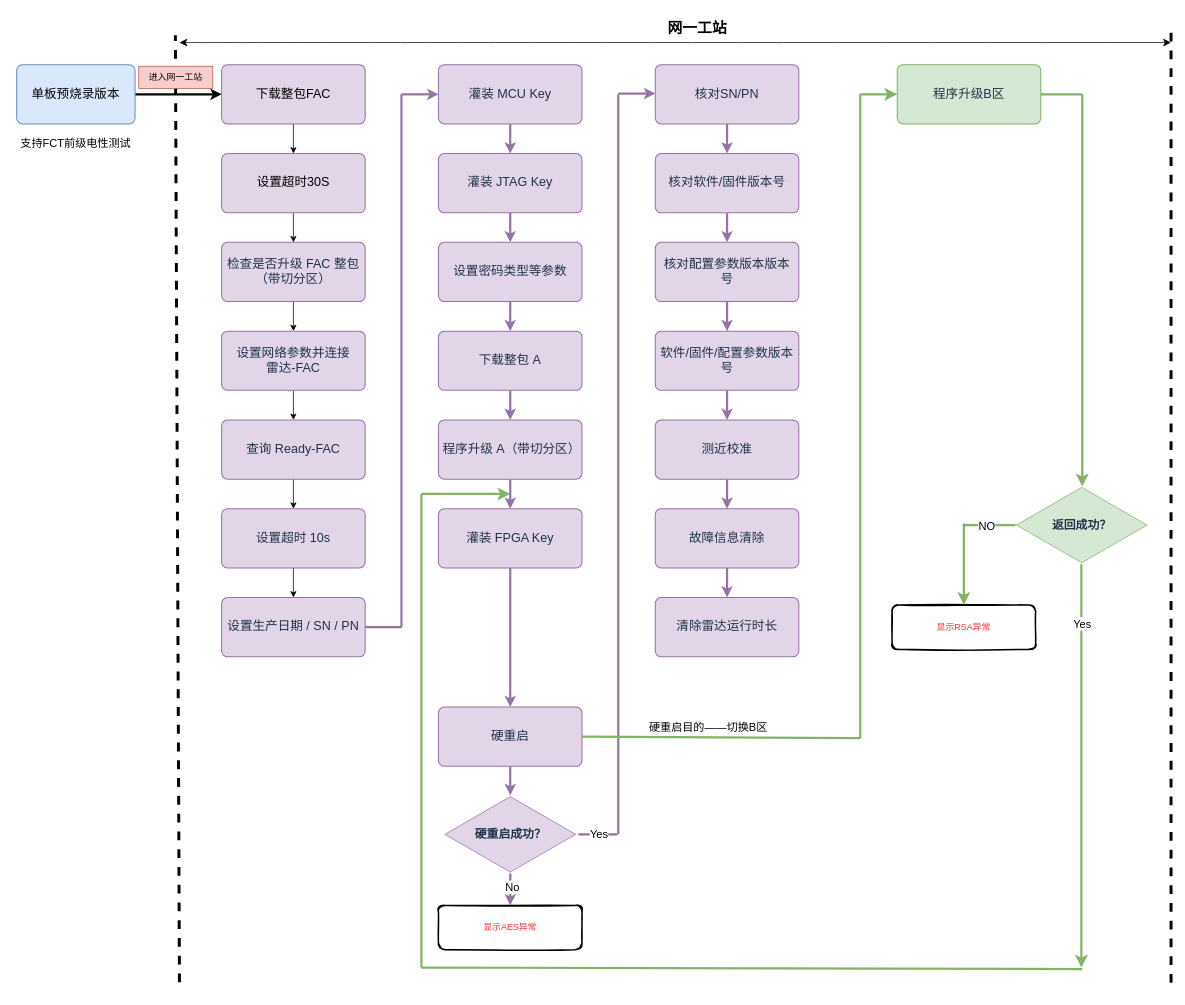
Before: A11-变砖流程.drawio in shenwangchong/learngit, a draw.io diagram. Source tidied: cells renumbered, new cells numbered last; positions are measured from the earlier drawing's top-left corner, leaving out a move shared by most shapes. Both pictures are drawn from the tidied source at 74%, with x=0, y=0 at pixel (13, 13).
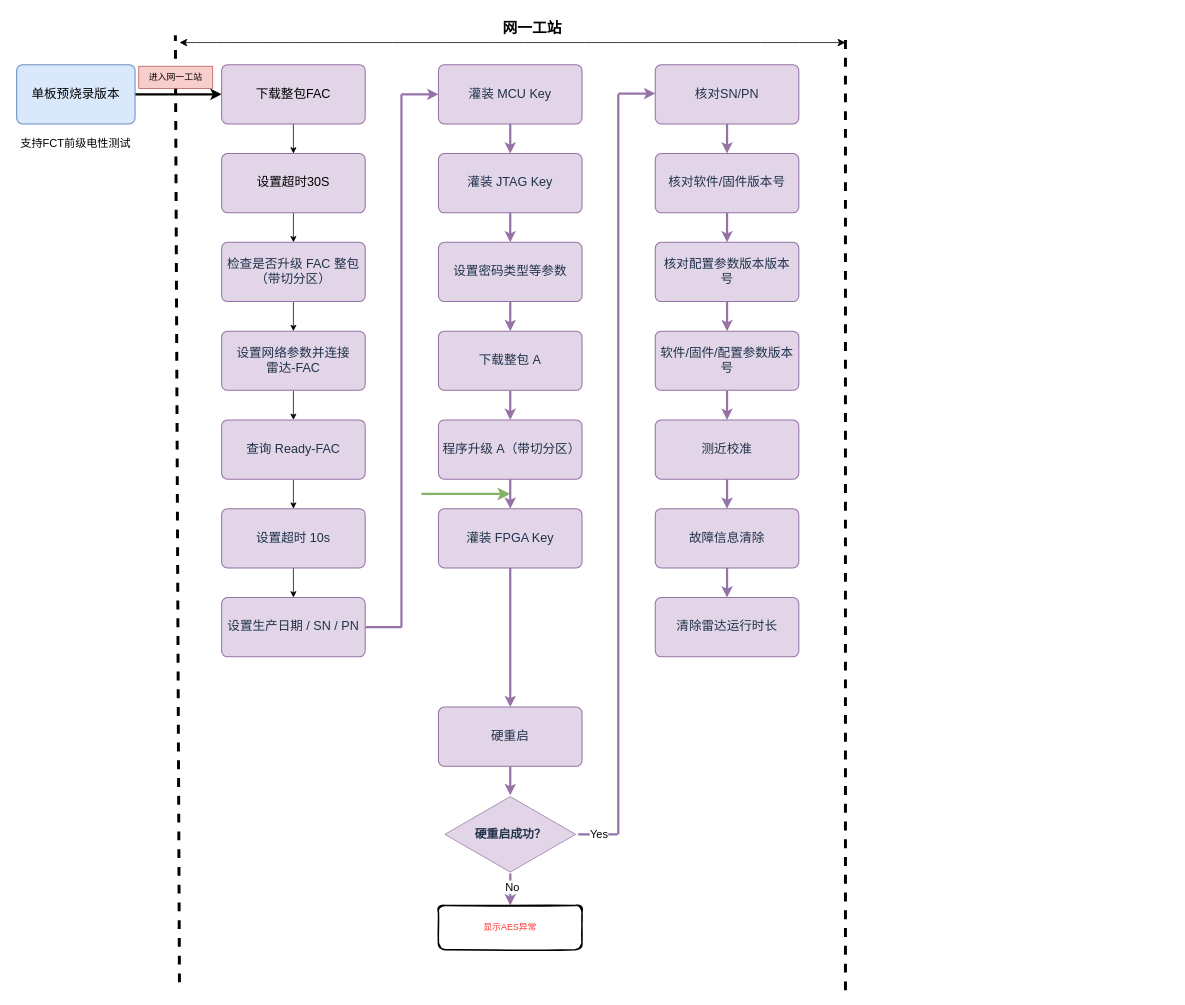
After the change.

Commit message:
更新A11-变砖流程.drawio

Unchanged cells that the change refers to:
```xml
<mxCell id="39" value="&lt;span style=&quot;color: rgb(32, 50, 74);&quot;&gt;硬重启&lt;/span&gt;" style="rounded=1;whiteSpace=wrap;html=1;arcSize=10;fillColor=#e1d5e7;strokeColor=#9673a6;strokeWidth=1.4;fontFamily=Microsoft YaHei;fontSize=17;align=center;verticalAlign=middle;spacing=7;" parent="1" vertex="1">
  <mxGeometry x="575" y="938" width="194" height="80" as="geometry" />
</mxCell>
```

Change to the diagram source:
```diff
@@
     <mxCell id="58" style="endArrow=none;dashed=1;html=1;rounded=0;defaultLabelBackgroundColor=page;strokeWidth=4;" parent="1" edge="1">
       <mxGeometry relative="1" as="geometry">
-        <mxPoint x="1565" y="1310.7" as="sourcePoint" />
-        <mxPoint x="1565" y="20" as="targetPoint" />
+        <mxPoint x="1125" y="1320.7" as="sourcePoint" />
+        <mxPoint x="1125" y="30" as="targetPoint" />
       </mxGeometry>
     </mxCell>
-    <mxCell id="59" value="&lt;font color=&quot;#20324a&quot;&gt;程序升级B区&lt;/font&gt;" style="rounded=1;whiteSpace=wrap;html=1;arcSize=10;fillColor=#d5e8d4;strokeColor=#82b366;strokeWidth=1.4;fontFamily=Microsoft YaHei;fontSize=17;align=center;verticalAlign=middle;spacing=7;" parent="1" vertex="1">
-      <mxGeometry x="1195" y="70" width="194" height="80" as="geometry" />
-    </mxCell>
-    <mxCell id="60" style="endArrow=none;html=1;rounded=0;fontSize=12;defaultLabelBackgroundColor=page;startSize=8;endSize=8;curved=1;exitX=1;exitY=0.5;exitDx=0;exitDy=0;fillColor=#d5e8d4;strokeColor=#82b366;strokeWidth=3;" parent="1" edge="1" source="39">
-      <mxGeometry relative="1" as="geometry">
-        <mxPoint x="1145" y="980" as="targetPoint" />
-      </mxGeometry>
-    </mxCell>
-    <mxCell id="61" style="endArrow=none;html=1;rounded=0;fontSize=12;defaultLabelBackgroundColor=page;startSize=8;endSize=8;curved=1;fillColor=#d5e8d4;strokeColor=#82b366;strokeWidth=3;" parent="1" edge="1">
-      <mxGeometry relative="1" as="geometry">
-        <mxPoint x="1145" y="980" as="sourcePoint" />
-        <mxPoint x="1145" y="110" as="targetPoint" />
-      </mxGeometry>
-    </mxCell>
-    <mxCell id="62" style="endArrow=classic;html=1;rounded=0;fontSize=12;defaultLabelBackgroundColor=page;startSize=8;endSize=8;curved=1;fillColor=#d5e8d4;strokeColor=#82b366;strokeWidth=3;" parent="1" edge="1" target="59">
-      <mxGeometry relative="1" as="geometry">
-        <mxPoint x="1145" y="110" as="sourcePoint" />
-      </mxGeometry>
-    </mxCell>
-    <mxCell id="63" value="&lt;font style=&quot;font-size: 15px;&quot;&gt;硬重启目的——切换B区&lt;/font&gt;" style="text;html=1;whiteSpace=wrap;strokeColor=none;fillColor=none;align=center;verticalAlign=middle;rounded=0;" parent="1" vertex="1">
-      <mxGeometry x="850" y="950" width="180" height="30" as="geometry" />
-    </mxCell>
@@
-    <mxCell id="65" style="endArrow=none;html=1;rounded=0;defaultLabelBackgroundColor=page;fillColor=#d5e8d4;strokeColor=#82b366;strokeWidth=3;" parent="1" edge="1">
-      <mxGeometry relative="1" as="geometry">
-        <mxPoint x="552" y="650" as="sourcePoint" />
-        <mxPoint x="552" y="1290" as="targetPoint" />
-      </mxGeometry>
-    </mxCell>
-    <mxCell id="66" style="endArrow=none;html=1;rounded=0;fontSize=12;defaultLabelBackgroundColor=page;startSize=8;endSize=8;curved=1;exitX=1;exitY=0.5;exitDx=0;exitDy=0;fillColor=#d5e8d4;strokeColor=#82b366;strokeWidth=3;" parent="1" edge="1">
-      <mxGeometry relative="1" as="geometry">
-        <mxPoint x="552" y="1290" as="sourcePoint" />
-        <mxPoint x="1445" y="1292" as="targetPoint" />
-      </mxGeometry>
-    </mxCell>
     <mxCell id="67" style="endArrow=classic;startArrow=classic;html=1;rounded=0;fontSize=12;defaultLabelBackgroundColor=page;startSize=8;endSize=8;curved=1;" parent="1" edge="1">
       <mxGeometry relative="1" as="geometry">
         <mxPoint x="225" y="40" as="sourcePoint" />
-        <mxPoint x="1565" y="40" as="targetPoint" />
+        <mxPoint x="1125" y="40" as="targetPoint" />
       </mxGeometry>
     </mxCell>
     <mxCell id="68" value="&lt;font style=&quot;font-size: 20px;&quot;&gt;&lt;b&gt;网一工站&lt;/b&gt;&lt;/font&gt;" style="text;html=1;whiteSpace=wrap;strokeColor=none;fillColor=none;align=center;verticalAlign=middle;rounded=0;strokeWidth=5;" parent="1" vertex="1">
-      <mxGeometry x="875" width="100" height="40" as="geometry" />
+      <mxGeometry x="652" width="100" height="40" as="geometry" />
     </mxCell>
-    <mxCell id="69" value="&lt;span style=&quot;color: rgb(32, 50, 74); font-family: &amp;quot;Microsoft YaHei&amp;quot;; font-size: 16px; font-weight: 700;&quot;&gt;返回成功？&lt;/span&gt;" style="html=1;whiteSpace=wrap;shape=isoRectangle;fillColor=#d5e8d4;strokeColor=#82b366;" parent="1" vertex="1">
-      <mxGeometry x="1356" y="639" width="176.7" height="106" as="geometry" />
-    </mxCell>
-    <mxCell id="70" style="endArrow=classic;html=1;rounded=0;fontSize=12;defaultLabelBackgroundColor=page;startSize=8;endSize=8;curved=1;fillColor=#d5e8d4;strokeColor=#82b366;strokeWidth=3;" parent="1" edge="1">
-      <mxGeometry relative="1" as="geometry">
-        <mxPoint x="1445" y="110" as="sourcePoint" />
-        <mxPoint x="1445" y="640" as="targetPoint" />
-      </mxGeometry>
-    </mxCell>
-    <mxCell id="71" style="endArrow=none;html=1;rounded=0;fontSize=12;defaultLabelBackgroundColor=page;startSize=8;endSize=8;curved=1;fillColor=#d5e8d4;strokeColor=#82b366;strokeWidth=3;" parent="1" edge="1">
-      <mxGeometry relative="1" as="geometry">
-        <mxPoint x="1389" y="110" as="sourcePoint" />
-        <mxPoint x="1445" y="110" as="targetPoint" />
-      </mxGeometry>
-    </mxCell>
-    <mxCell id="72" style="endArrow=classic;html=1;rounded=0;fontSize=12;defaultLabelBackgroundColor=page;startSize=8;endSize=8;curved=1;fillColor=#d5e8d4;strokeColor=#82b366;strokeWidth=3;" parent="1" edge="1">
-      <mxGeometry relative="1" as="geometry">
-        <mxPoint x="1443.8" y="745" as="sourcePoint" />
-        <mxPoint x="1443.8" y="1290" as="targetPoint" />
-      </mxGeometry>
-    </mxCell>
-    <mxCell id="73" value="Yes" style="edgeLabel;html=1;align=center;verticalAlign=middle;inheritText=fontFamily,fontColor,fontStyle,textOpacity,labelBorderColor,labelBorderWidth,labelBackgroundColor,defaultLabelBackgroundColor,labelPadding;fontSize=15;defaultLabelBackgroundColor=page;" parent="72" vertex="1">
-      <mxGeometry x="-0.71" y="1" relative="1" as="geometry" />
-    </mxCell>
-    <mxCell id="74" value="显示RSA异常" style="rounded=1;whiteSpace=wrap;html=1;strokeWidth=2;fillWeight=4;hachureGap=8;hachureAngle=45;fillColor=#FFFFFF;sketch=1;fontColor=#FF3333;" parent="1" vertex="1">
-      <mxGeometry x="1188" y="800" width="194" height="60" as="geometry" />
-    </mxCell>
-    <mxCell id="75" style="endArrow=none;html=1;rounded=0;fontSize=12;defaultLabelBackgroundColor=page;startSize=8;endSize=8;curved=1;fillColor=#d5e8d4;strokeColor=#82b366;strokeWidth=3;" parent="1" edge="1">
-      <mxGeometry relative="1" as="geometry">
-        <mxPoint x="1285" y="692" as="sourcePoint" />
-        <mxPoint x="1355" y="692" as="targetPoint" />
-      </mxGeometry>
-    </mxCell>
-    <mxCell id="76" value="NO" style="edgeLabel;html=1;align=center;verticalAlign=middle;inheritText=fontFamily,fontColor,fontStyle,textOpacity,labelBorderColor,labelBorderWidth,labelBackgroundColor,defaultLabelBackgroundColor,labelPadding;fontSize=15;defaultLabelBackgroundColor=page;" parent="75" vertex="1">
-      <mxGeometry x="-0.14" relative="1" as="geometry" />
-    </mxCell>
-    <mxCell id="77" style="endArrow=classic;html=1;rounded=0;fontSize=12;defaultLabelBackgroundColor=page;startSize=8;endSize=8;curved=1;entryX=0.5;entryY=0;entryDx=0;entryDy=0;fillColor=#d5e8d4;strokeColor=#82b366;strokeWidth=3;" parent="1" edge="1" target="74">
-      <mxGeometry relative="1" as="geometry">
-        <mxPoint x="1285" y="690" as="sourcePoint" />
-      </mxGeometry>
-    </mxCell>
```
